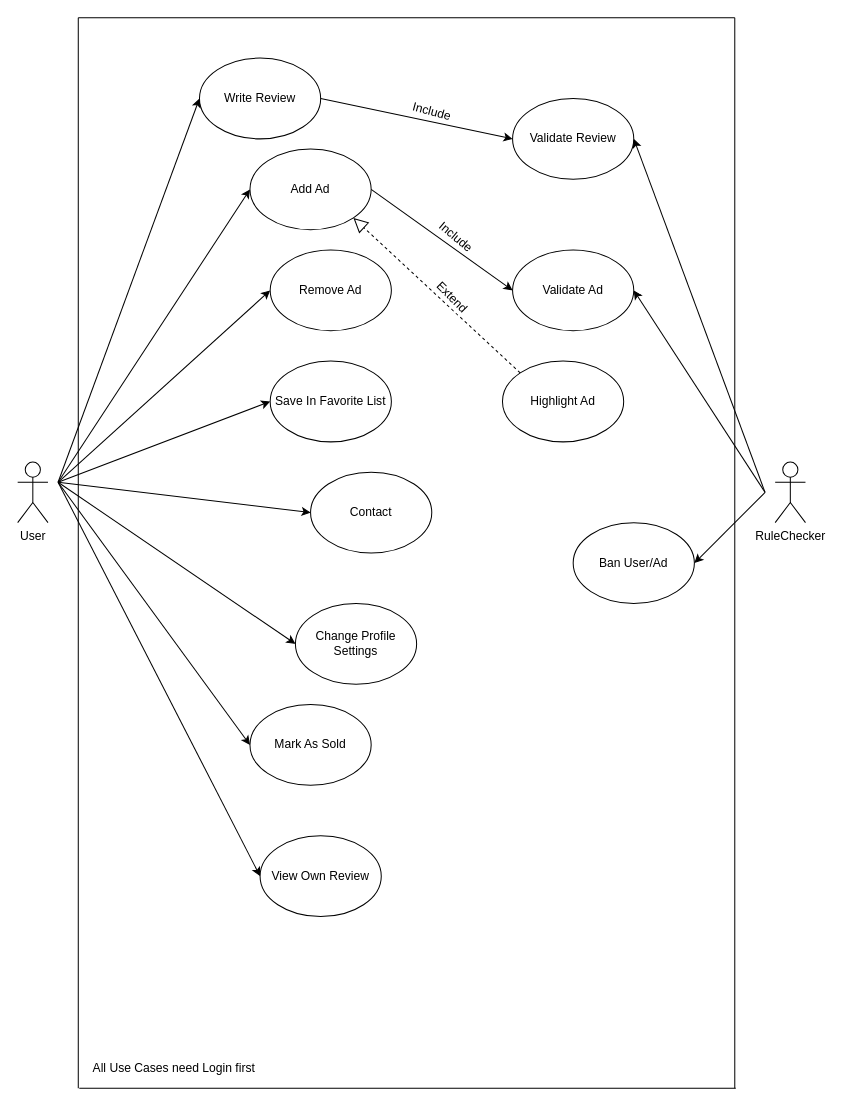
AmineMatqoune/TorVerBook keeps this draw.io diagram as UCDiagram.drawio. Above is the earlier version. Source tidied: cells renumbered, new cells numbered last; positions are measured from the earlier drawing's top-left corner, leaving out a move shared by most shapes. Both pictures are drawn from the tidied source at 101%, with x=0, y=0 at pixel (17, 17).
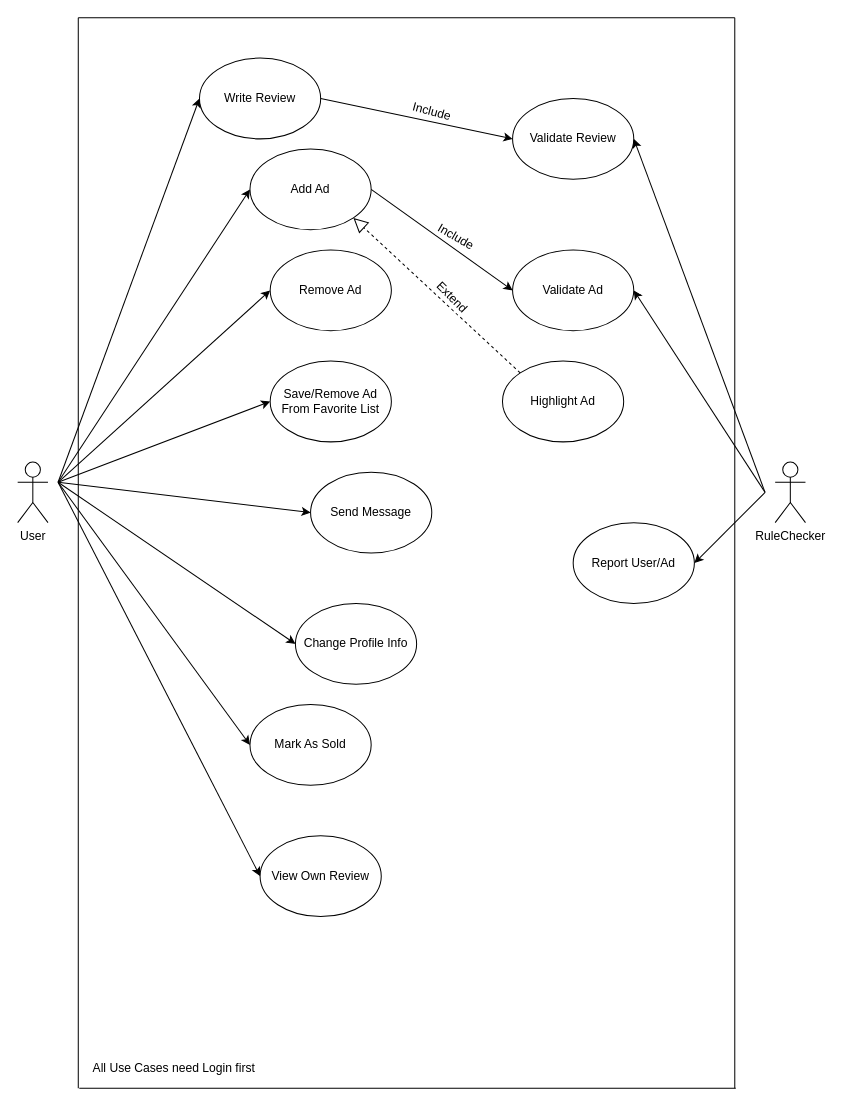
After the change.

Unchanged cells that the change refers to:
```xml
<mxCell id="27" style="endArrow=classic;html=1;exitX=1;exitY=0.5;exitDx=0;exitDy=0;entryX=0;entryY=0.5;entryDx=0;entryDy=0;" parent="1" edge="1" source="20" target="9">
  <mxGeometry relative="1" as="geometry" />
</mxCell>
```

Change to the diagram source:
```diff
@@
-    <mxCell id="12" value="Contact" style="ellipse;whiteSpace=wrap;html=1;" parent="1" vertex="1">
+    <mxCell id="12" value="Send Message" style="ellipse;whiteSpace=wrap;html=1;" parent="1" vertex="1">
       <mxGeometry x="290" y="450" width="120" height="80" as="geometry" />
     </mxCell>
-    <mxCell id="13" value="Save In Favorite List" style="ellipse;whiteSpace=wrap;html=1;" parent="1" vertex="1">
+    <mxCell id="13" value="Save/Remove Ad From Favorite List" style="ellipse;whiteSpace=wrap;html=1;" parent="1" vertex="1">
       <mxGeometry x="250" y="340" width="120" height="80" as="geometry" />
     </mxCell>
@@
-    <mxCell id="15" value="Change Profile Settings" style="ellipse;whiteSpace=wrap;html=1;" parent="1" vertex="1">
+    <mxCell id="15" value="Change Profile Info" style="ellipse;whiteSpace=wrap;html=1;" parent="1" vertex="1">
       <mxGeometry x="275" y="580" width="120" height="80" as="geometry" />
     </mxCell>
@@
-    <mxCell id="18" value="Ban User/Ad" style="ellipse;whiteSpace=wrap;html=1;" parent="1" vertex="1">
+    <mxCell id="18" value="Report User/Ad" style="ellipse;whiteSpace=wrap;html=1;" parent="1" vertex="1">
       <mxGeometry x="550" y="500" width="120" height="80" as="geometry" />
     </mxCell>
@@
-    <mxCell id="28" value="Include" style="text;html=1;align=center;verticalAlign=middle;labelBackgroundColor=#ffffff;rotation=40;" parent="27" vertex="1">
+    <mxCell id="28" value="Include" style="text;html=1;align=center;verticalAlign=middle;labelBackgroundColor=#ffffff;rotation=30;" parent="27" vertex="1">
       <mxGeometry x="0.16" y="4" relative="1" as="geometry">
         <mxPoint y="-8.9" as="offset" />
       </mxGeometry>
     </mxCell>
```
